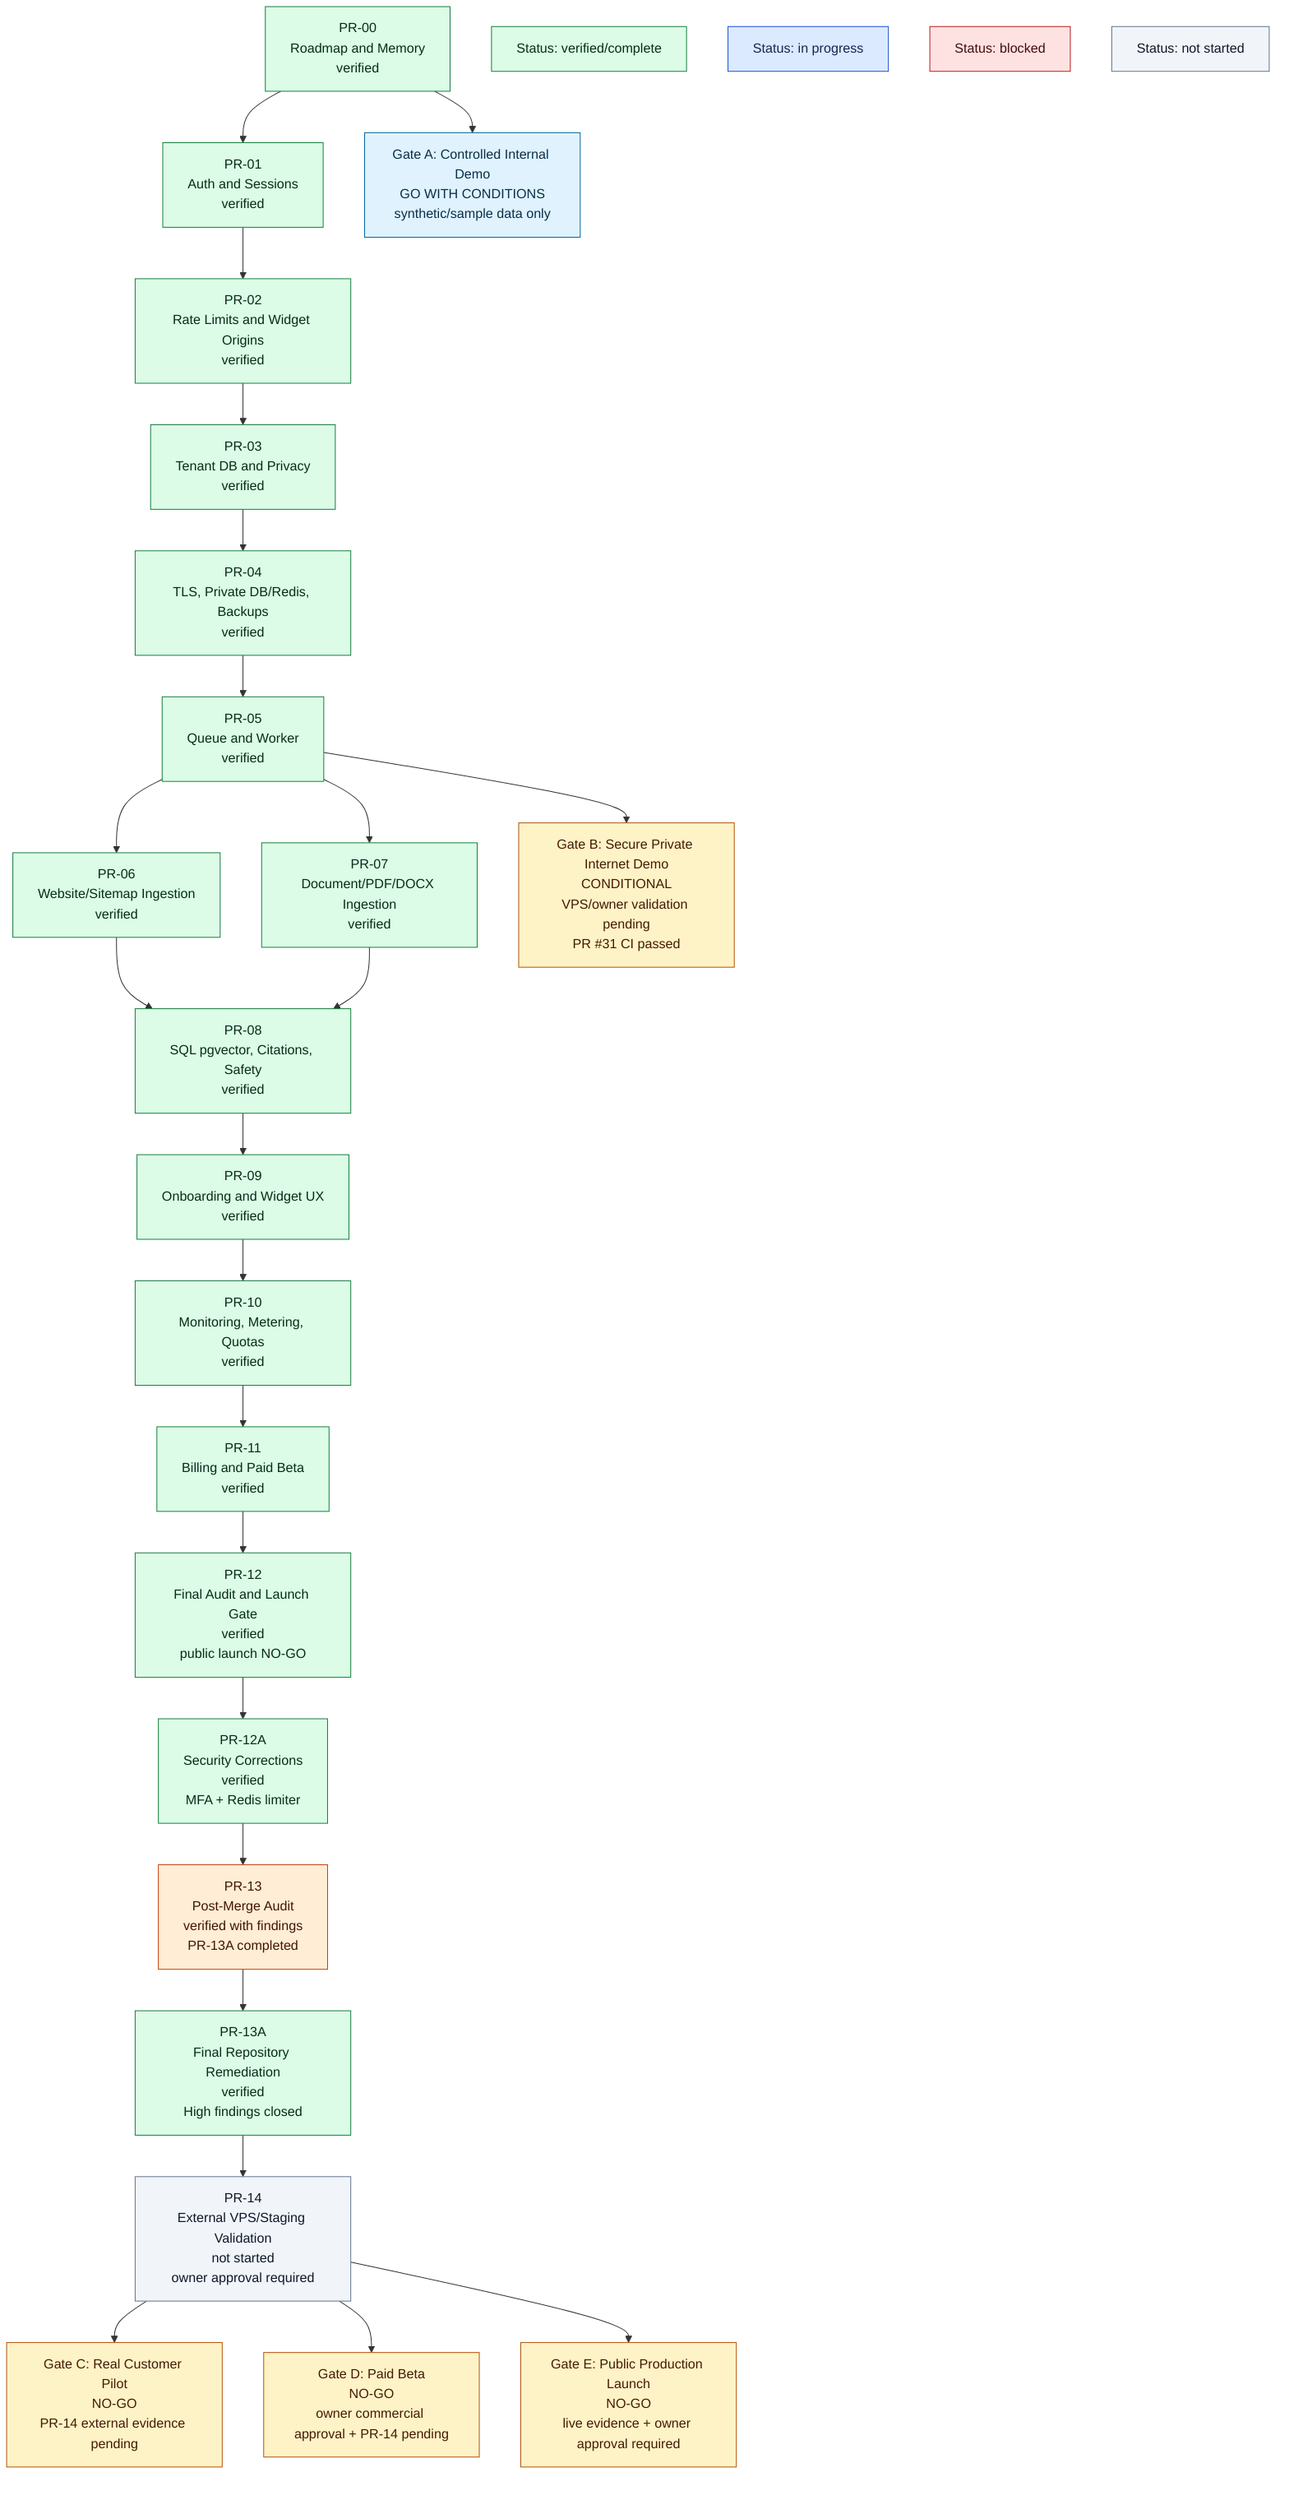
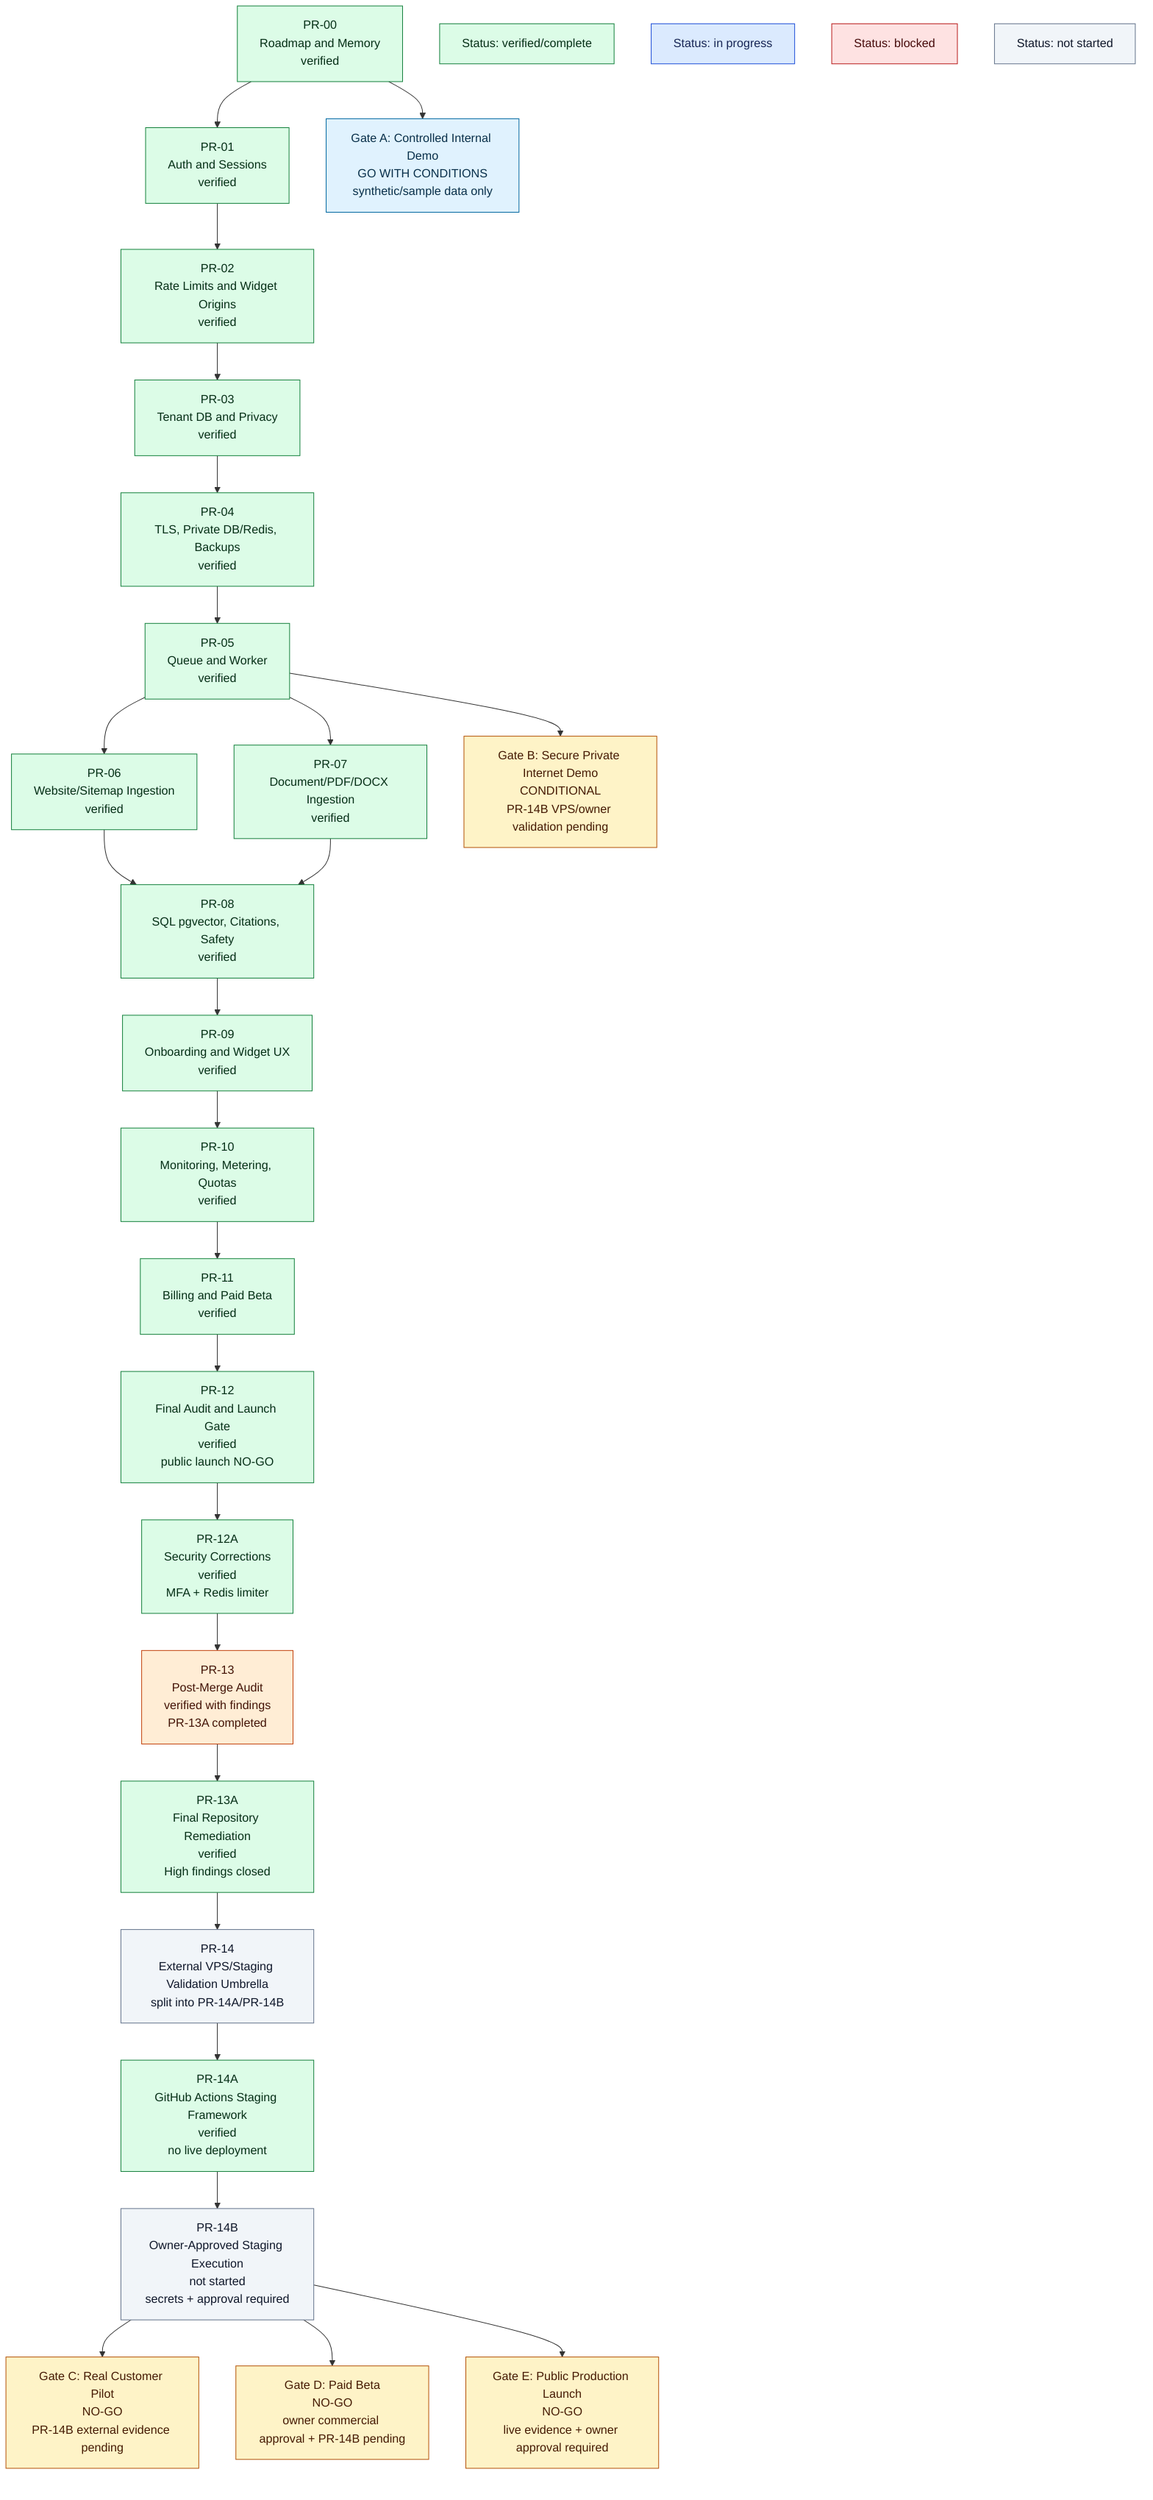
flowchart TB
    PR00["PR-00<br/>Roadmap and Memory<br/>verified"]
    PR01["PR-01<br/>Auth and Sessions<br/>verified"]
    PR02["PR-02<br/>Rate Limits and Widget Origins<br/>verified"]
    PR03["PR-03<br/>Tenant DB and Privacy<br/>verified"]
    PR04["PR-04<br/>TLS, Private DB/Redis, Backups<br/>verified"]
    PR05["PR-05<br/>Queue and Worker<br/>verified"]
    PR06["PR-06<br/>Website/Sitemap Ingestion<br/>verified"]
    PR07["PR-07<br/>Document/PDF/DOCX Ingestion<br/>verified"]
    PR08["PR-08<br/>SQL pgvector, Citations, Safety<br/>verified"]
    PR09["PR-09<br/>Onboarding and Widget UX<br/>verified"]
    PR10["PR-10<br/>Monitoring, Metering, Quotas<br/>verified"]
    PR11["PR-11<br/>Billing and Paid Beta<br/>verified"]
    PR12["PR-12<br/>Final Audit and Launch Gate<br/>verified<br/>public launch NO-GO"]
    PR12A["PR-12A<br/>Security Corrections<br/>verified<br/>MFA + Redis limiter"]
    PR13["PR-13<br/>Post-Merge Audit<br/>verified with findings<br/>PR-13A completed"]
    PR13A["PR-13A<br/>Final Repository Remediation<br/>verified<br/>High findings closed"]
-     PR14["PR-14<br/>External VPS/Staging Validation<br/>not started<br/>owner approval required"]
+     PR14["PR-14<br/>External VPS/Staging Validation Umbrella<br/>split into PR-14A/PR-14B"]
+     PR14A["PR-14A<br/>GitHub Actions Staging Framework<br/>verified<br/>no live deployment"]
+     PR14B["PR-14B<br/>Owner-Approved Staging Execution<br/>not started<br/>secrets + approval required"]

    GateA["Gate A: Controlled Internal Demo<br/>GO WITH CONDITIONS<br/>synthetic/sample data only"]
-     GateB["Gate B: Secure Private Internet Demo<br/>CONDITIONAL<br/>VPS/owner validation pending<br/>PR #31 CI passed"]
-     GateC["Gate C: Real Customer Pilot<br/>NO-GO<br/>PR-14 external evidence pending"]
-     GateD["Gate D: Paid Beta<br/>NO-GO<br/>owner commercial approval + PR-14 pending"]
+     GateB["Gate B: Secure Private Internet Demo<br/>CONDITIONAL<br/>PR-14B VPS/owner validation pending"]
+     GateC["Gate C: Real Customer Pilot<br/>NO-GO<br/>PR-14B external evidence pending"]
+     GateD["Gate D: Paid Beta<br/>NO-GO<br/>owner commercial approval + PR-14B pending"]
    GateE["Gate E: Public Production Launch<br/>NO-GO<br/>live evidence + owner approval required"]
    LegendVerified["Status: verified/complete"]
    LegendProgress["Status: in progress"]
    LegendBlocked["Status: blocked"]
    LegendPending["Status: not started"]

    PR00 --> PR01 --> PR02 --> PR03 --> PR04 --> PR05
    PR05 --> PR06
    PR05 --> PR07
    PR06 --> PR08
    PR07 --> PR08
-     PR08 --> PR09 --> PR10 --> PR11 --> PR12 --> PR12A --> PR13 --> PR13A --> PR14
+     PR08 --> PR09 --> PR10 --> PR11 --> PR12 --> PR12A --> PR13 --> PR13A --> PR14 --> PR14A --> PR14B
    PR00 --> GateA
    PR05 --> GateB
-     PR14 --> GateC
-     PR14 --> GateD
-     PR14 --> GateE
+     PR14B --> GateC
+     PR14B --> GateD
+     PR14B --> GateE

    classDef verified fill:#dcfce7,stroke:#15803d,color:#052e16
    classDef inProgress fill:#dbeafe,stroke:#1d4ed8,color:#172554
    classDef blocked fill:#fee2e2,stroke:#b91c1c,color:#450a0a
    classDef critical fill:#fee2e2,stroke:#b91c1c,color:#450a0a
    classDef high fill:#ffedd5,stroke:#c2410c,color:#431407
    classDef pending fill:#f1f5f9,stroke:#64748b,color:#0f172a
    classDef gateOk fill:#e0f2fe,stroke:#0369a1,color:#082f49
    classDef gateNo fill:#fef3c7,stroke:#b45309,color:#451a03

-     class PR00,PR01,PR02,PR03,PR04,PR05,PR06,PR07,PR08,PR09,PR10,PR11,PR12,PR12A,PR13A verified
+     class PR00,PR01,PR02,PR03,PR04,PR05,PR06,PR07,PR08,PR09,PR10,PR11,PR12,PR12A,PR13A,PR14A verified
    class PR13 high
-     class PR14 pending
+     class PR14,PR14B pending
    class GateA gateOk
    class GateB,GateC,GateD,GateE gateNo
    class LegendVerified verified
    class LegendProgress inProgress
    class LegendBlocked blocked
    class LegendPending pending
